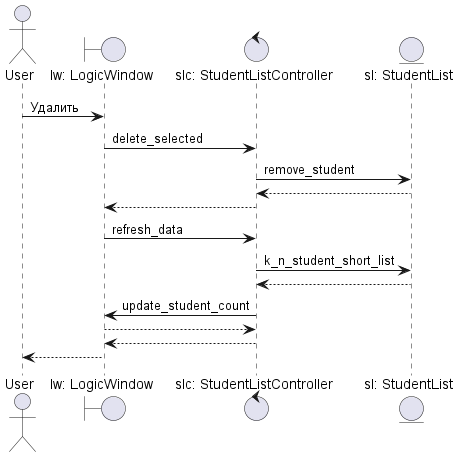
Above: Lab_2/Diagrams/delete.png in yellowcat-dotcom/Ruby (PlantUML), before the change. Its diagram source:
```plantuml
@startuml



 actor       User                        as user
 boundary    "lw: LogicWindow"                   as lw
 control     "slc: StudentListController"        as slc
 entity      "sl: StudentList"           as sl

 user -> lw : Удалить
 lw -> slc : delete_selected
 slc -> sl : remove_student
 sl --> slc
 slc --> lw
 lw -> slc : refresh_data
 slc -> sl : k_n_student_short_list
 sl --> slc
 slc -> lw : update_student_count
 lw --> slc
 slc --> lw
 lw --> user

 @enduml
```
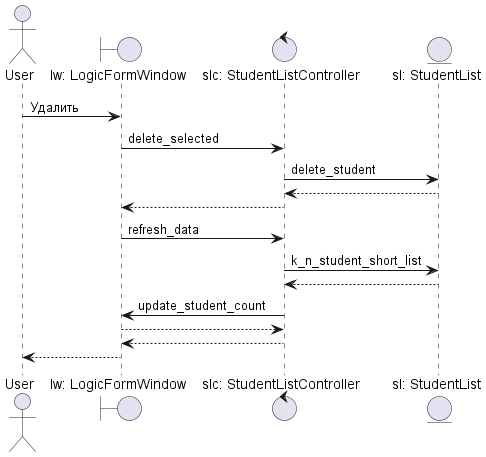
The same file after the commit.

What changed in the source:
```diff
@@ -3,13 +3,13 @@
 
 
  actor       User                        as user
- boundary    "lw: LogicWindow"                   as lw
+ boundary    "lw: LogicFormWindow"                   as lw
  control     "slc: StudentListController"        as slc
  entity      "sl: StudentList"           as sl
 
  user -> lw : Удалить
  lw -> slc : delete_selected
- slc -> sl : remove_student
+ slc -> sl : delete_student
  sl --> slc
  slc --> lw
  lw -> slc : refresh_data
```
